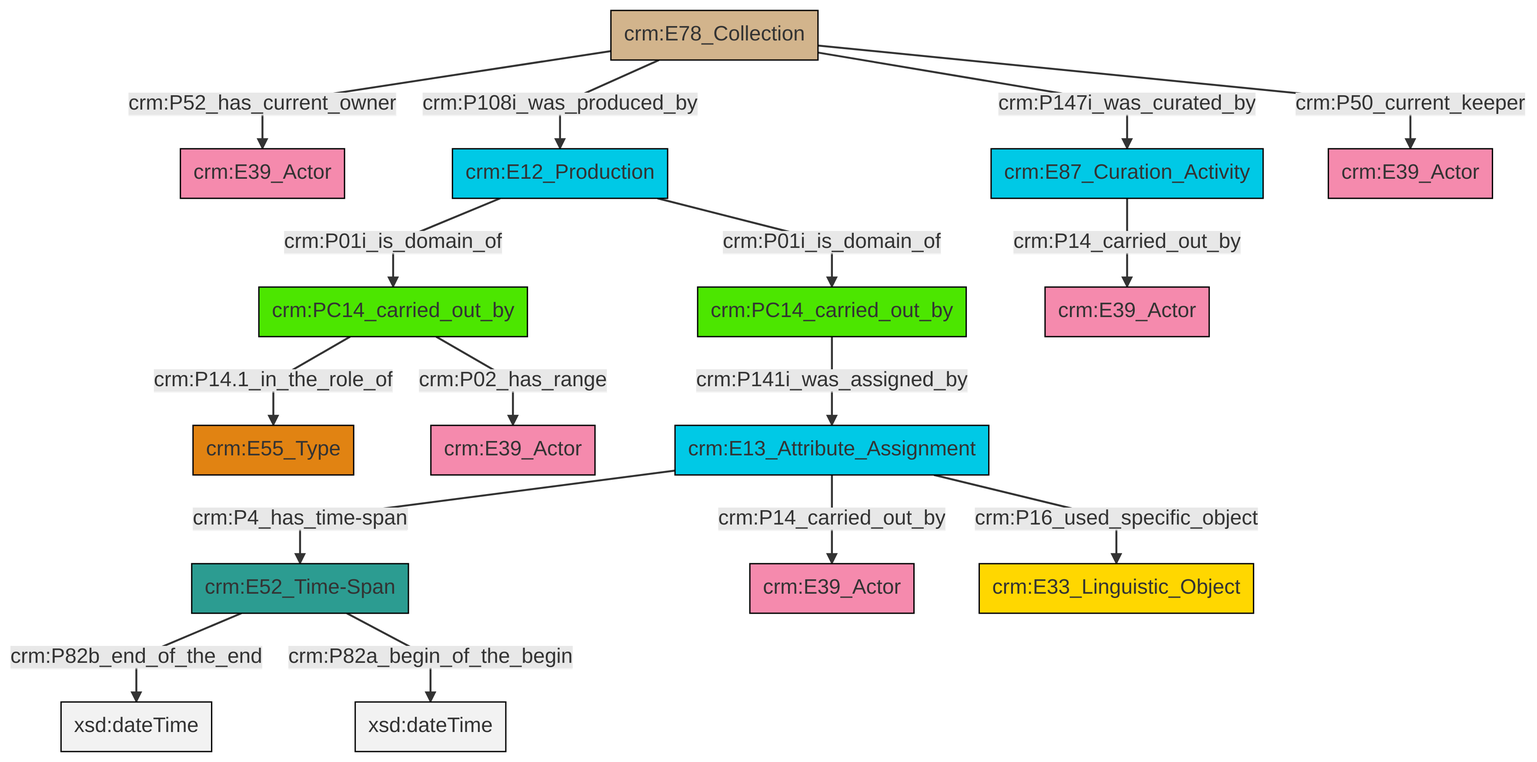
swiss-art-research-net/docs.swissartresearch keeps this Mermaid diagram as et/archivalCSV/ttl/mmd/png/archival_relation.png. Above is the earlier version. Its source is kept beside it as et/archivalCSV/ttl/mmd/archival_relation.ttl.mmd.
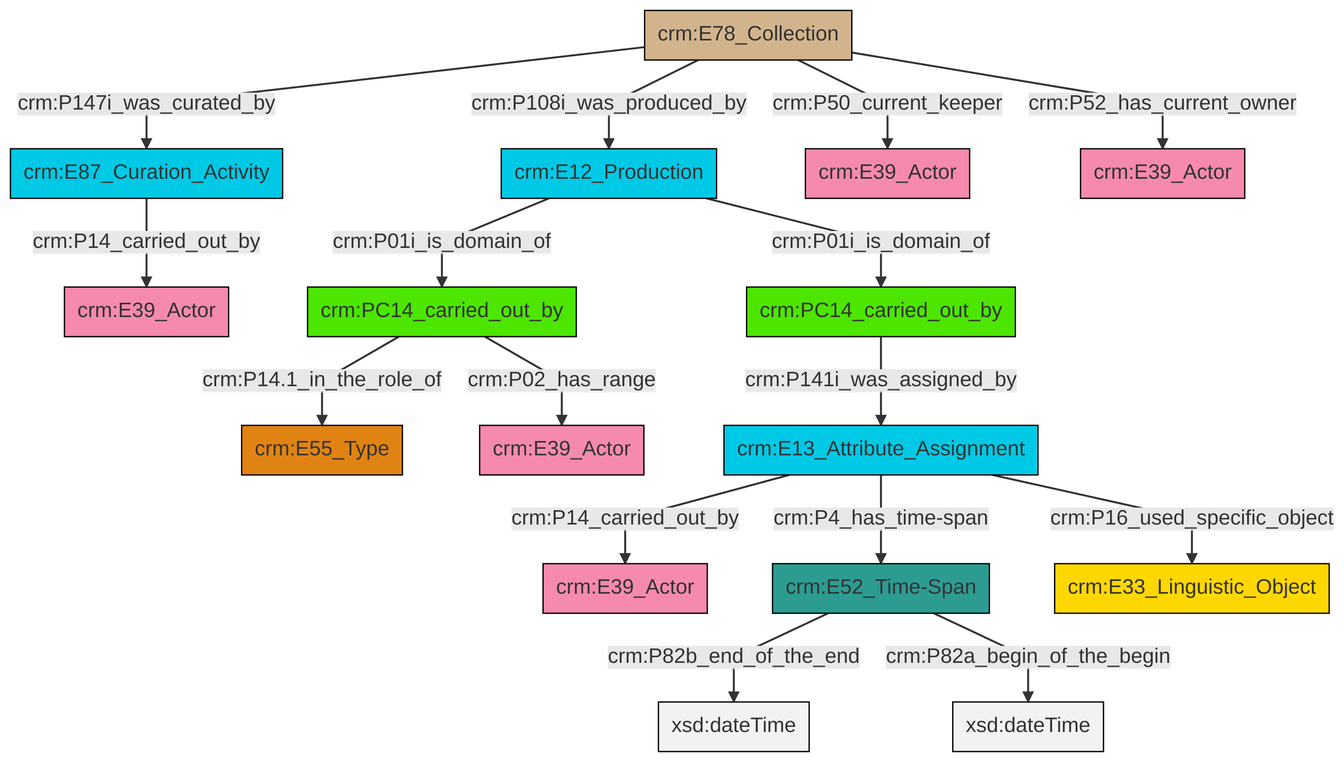
After the commit.

Diff of the diagram source:
```diff
@@ -13,18 +13,18 @@
 classDef PC_Classes fill:#4ce600, stroke:#000000;
 classDef Multi fill:#cccccc,stroke:#000000;
 
-0["crm:E78_Collection"]:::Physical_Thing -->|crm:P52_has_current_owner| 1["crm:E39_Actor"]:::Actor
-0["crm:E78_Collection"]:::Physical_Thing -->|crm:P108i_was_produced_by| 2["crm:E12_Production"]:::Temporal_Entity
-3["crm:PC14_carried_out_by"]:::PC_Classes -->|crm:P02_has_range| 7["crm:E39_Actor"]:::Actor
-8["crm:E52_Time-Span"]:::Time-Span -->|crm:P82b_end_of_the_end| 9[xsd:dateTime]:::Literal
-10["crm:PC14_carried_out_by"]:::PC_Classes -->|crm:P141i_was_assigned_by| 13["crm:E13_Attribute_Assignment"]:::Temporal_Entity
-13["crm:E13_Attribute_Assignment"]:::Temporal_Entity -->|crm:P4_has_time-span| 8["crm:E52_Time-Span"]:::Time-Span
-0["crm:E78_Collection"]:::Physical_Thing -->|crm:P147i_was_curated_by| 15["crm:E87_Curation_Activity"]:::Temporal_Entity
-2["crm:E12_Production"]:::Temporal_Entity -->|crm:P01i_is_domain_of| 10["crm:PC14_carried_out_by"]:::PC_Classes
-15["crm:E87_Curation_Activity"]:::Temporal_Entity -->|crm:P14_carried_out_by| 20["crm:E39_Actor"]:::Actor
-0["crm:E78_Collection"]:::Physical_Thing -->|crm:P50_current_keeper| 22["crm:E39_Actor"]:::Actor
-8["crm:E52_Time-Span"]:::Time-Span -->|crm:P82a_begin_of_the_begin| 23[xsd:dateTime]:::Literal
-13["crm:E13_Attribute_Assignment"]:::Temporal_Entity -->|crm:P14_carried_out_by| 18["crm:E39_Actor"]:::Actor
-2["crm:E12_Production"]:::Temporal_Entity -->|crm:P01i_is_domain_of| 3["crm:PC14_carried_out_by"]:::PC_Classes
-3["crm:PC14_carried_out_by"]:::PC_Classes -->|crm:P14.1_in_the_role_of| 5["crm:E55_Type"]:::Type
-13["crm:E13_Attribute_Assignment"]:::Temporal_Entity -->|crm:P16_used_specific_object| 25["crm:E33_Linguistic_Object"]:::Conceptual_Object
+0["crm:E13_Attribute_Assignment"]:::Temporal_Entity -->|crm:P14_carried_out_by| 1["crm:E39_Actor"]:::Actor
+0["crm:E13_Attribute_Assignment"]:::Temporal_Entity -->|crm:P4_has_time-span| 2["crm:E52_Time-Span"]:::Time-Span
+3["crm:E78_Collection"]:::Physical_Thing -->|crm:P147i_was_curated_by| 4["crm:E87_Curation_Activity"]:::Temporal_Entity
+0["crm:E13_Attribute_Assignment"]:::Temporal_Entity -->|crm:P16_used_specific_object| 6["crm:E33_Linguistic_Object"]:::Conceptual_Object
+7["crm:PC14_carried_out_by"]:::PC_Classes -->|crm:P14.1_in_the_role_of| 8["crm:E55_Type"]:::Type
+12["crm:E12_Production"]:::Temporal_Entity -->|crm:P01i_is_domain_of| 7["crm:PC14_carried_out_by"]:::PC_Classes
+4["crm:E87_Curation_Activity"]:::Temporal_Entity -->|crm:P14_carried_out_by| 13["crm:E39_Actor"]:::Actor
+3["crm:E78_Collection"]:::Physical_Thing -->|crm:P108i_was_produced_by| 12["crm:E12_Production"]:::Temporal_Entity
+3["crm:E78_Collection"]:::Physical_Thing -->|crm:P50_current_keeper| 16["crm:E39_Actor"]:::Actor
+2["crm:E52_Time-Span"]:::Time-Span -->|crm:P82b_end_of_the_end| 18[xsd:dateTime]:::Literal
+19["crm:PC14_carried_out_by"]:::PC_Classes -->|crm:P141i_was_assigned_by| 0["crm:E13_Attribute_Assignment"]:::Temporal_Entity
+3["crm:E78_Collection"]:::Physical_Thing -->|crm:P52_has_current_owner| 25["crm:E39_Actor"]:::Actor
+12["crm:E12_Production"]:::Temporal_Entity -->|crm:P01i_is_domain_of| 19["crm:PC14_carried_out_by"]:::PC_Classes
+2["crm:E52_Time-Span"]:::Time-Span -->|crm:P82a_begin_of_the_begin| 29[xsd:dateTime]:::Literal
+7["crm:PC14_carried_out_by"]:::PC_Classes -->|crm:P02_has_range| 9["crm:E39_Actor"]:::Actor
```
